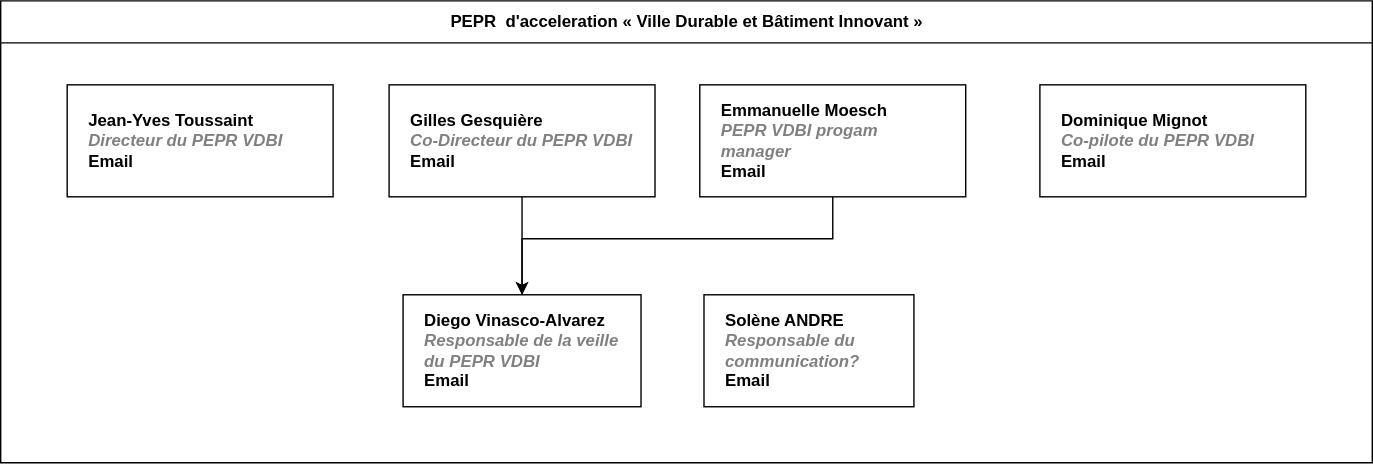
Above: docs/organigramme.svg in VCityTeam/PEPR-VDBI (draw.io), before the change. Source tidied: cells renumbered, new cells last; positions are measured from the earlier drawing's top-left corner, leaving out a move shared by most shapes. Source of this version:
```xml
<mxGraphModel>
  <root>
    <mxCell id="0" />
    <mxCell id="1" parent="0" />
    <mxCell id="2" value="PEPR&amp;nbsp; d'acceleration&amp;nbsp;« Ville Durable et Bâtiment Innovant »" style="swimlane;html=1;startSize=30;horizontal=1;containerType=tree;glass=0;" parent="1" vertex="1">
      <mxGeometry width="980" height="330" as="geometry" />
    </mxCell>
    <object id="3" label="%name%&lt;br&gt;&lt;i style=&quot;color: gray&quot;&gt;%position%&lt;/i&gt;&lt;br&gt;&lt;a href=&quot;mailto:%email%&quot;&gt;Email&lt;/a&gt;" email="diego.vinasco@proton.me" location="Lyon" name="Diego Vinasco-Alvarez" placeholders="1" position="Responsable de la veille du PEPR VDBI">
      <mxCell style="label;whiteSpace=wrap;html=1;rounded=0;glass=0;spacingLeft=0;spacing=15;" parent="2" vertex="1">
        <mxGeometry x="287.5" y="210" width="170" height="80" as="geometry" />
      </mxCell>
    </object>
    <object id="4" label="%name%&lt;br&gt;&lt;i style=&quot;color: gray&quot;&gt;%position%&lt;/i&gt;&lt;br&gt;&lt;a href=&quot;mailto:%email%&quot;&gt;Email&lt;/a&gt;" email="andresolene1@gmail.com" location="Lyon" name="Solène ANDRE" placeholders="1" position="Responsable du communication?">
      <mxCell style="label;whiteSpace=wrap;html=1;rounded=0;glass=0;spacingLeft=0;spacingBottom=0;spacingRight=0;spacing=15;" parent="2" vertex="1">
        <mxGeometry x="502.5" y="210" width="150" height="80" as="geometry" />
      </mxCell>
    </object>
    <mxCell id="5" style="edgeStyle=orthogonalEdgeStyle;rounded=0;jettySize=auto;html=1;entryX=0.5;entryY=0;entryDx=0;entryDy=0;" parent="2" edge="1" source="6" target="3">
      <mxGeometry relative="1" as="geometry" />
    </mxCell>
    <object id="6" label="%name%&lt;br style=&quot;border-color: var(--border-color);&quot;&gt;&lt;i style=&quot;border-color: var(--border-color); color: gray;&quot;&gt;%position%&lt;/i&gt;&lt;br style=&quot;border-color: var(--border-color);&quot;&gt;&lt;a style=&quot;border-color: var(--border-color);&quot; href=&quot;mailto:%email%&quot;&gt;Email&lt;/a&gt;" email="Gilles.Gesquiere@univ-lyon2.fr" location="Lyon" name="Gilles Gesquière" placeholders="1" position="Co-Directeur du PEPR VDBI">
      <mxCell style="label;whiteSpace=wrap;html=1;rounded=0;glass=0;spacingLeft=0;spacing=15;" parent="2" vertex="1">
        <mxGeometry x="277.5" y="60" width="190" height="80" as="geometry" />
      </mxCell>
    </object>
    <object id="7" label="%name%&lt;br style=&quot;border-color: var(--border-color);&quot;&gt;&lt;i style=&quot;border-color: var(--border-color); color: gray;&quot;&gt;%position%&lt;/i&gt;&lt;br style=&quot;border-color: var(--border-color);&quot;&gt;&lt;a style=&quot;border-color: var(--border-color);&quot; href=&quot;mailto:%email%&quot;&gt;Email&lt;/a&gt;" email="jean-yves.toussaint@insa-lyon.fr" location="Lyon" name="Jean-Yves Toussaint" placeholders="1" position="Directeur du PEPR VDBI">
      <mxCell style="label;whiteSpace=wrap;html=1;rounded=0;glass=0;spacingLeft=0;spacing=15;" parent="2" vertex="1">
        <mxGeometry x="47.5" y="60" width="190" height="80" as="geometry" />
      </mxCell>
    </object>
    <mxCell id="8" style="edgeStyle=orthogonalEdgeStyle;rounded=0;jettySize=auto;html=1;entryX=0.5;entryY=0;entryDx=0;entryDy=0;" parent="2" edge="1" source="9" target="3">
      <mxGeometry relative="1" as="geometry">
        <Array as="points">
          <mxPoint x="595" y="170" />
          <mxPoint x="373" y="170" />
        </Array>
      </mxGeometry>
    </mxCell>
    <object id="9" label="%name%&lt;br style=&quot;border-color: var(--border-color);&quot;&gt;&lt;i style=&quot;border-color: var(--border-color); color: gray;&quot;&gt;%position%&lt;/i&gt;&lt;br style=&quot;border-color: var(--border-color);&quot;&gt;&lt;a style=&quot;border-color: var(--border-color);&quot; href=&quot;mailto:%email%&quot;&gt;Email&lt;/a&gt;" email="Emmanuelle.Moesch@univ-eiffel.fr" location="Paris" name="Emmanuelle Moesch" placeholders="1" position="PEPR VDBI progam manager">
      <mxCell style="label;whiteSpace=wrap;html=1;rounded=0;glass=0;spacingLeft=0;spacing=15;" parent="2" vertex="1">
        <mxGeometry x="499.5" y="60" width="190" height="80" as="geometry" />
      </mxCell>
    </object>
    <object id="10" label="%name%&lt;br style=&quot;border-color: var(--border-color);&quot;&gt;&lt;i style=&quot;border-color: var(--border-color); color: gray;&quot;&gt;%position%&lt;/i&gt;&lt;br style=&quot;border-color: var(--border-color);&quot;&gt;&lt;a style=&quot;border-color: var(--border-color);&quot; href=&quot;mailto:%email%&quot;&gt;Email&lt;/a&gt;" email="dominique.mignot@univ-eiffel.fr" location="Paris" name="Dominique Mignot" placeholders="1" position="Co-pilote du PEPR VDBI">
      <mxCell style="label;whiteSpace=wrap;html=1;rounded=0;glass=0;spacingLeft=0;spacing=15;" parent="2" vertex="1">
        <mxGeometry x="742.5" y="60" width="190" height="80" as="geometry" />
      </mxCell>
    </object>
  </root>
</mxGraphModel>
```
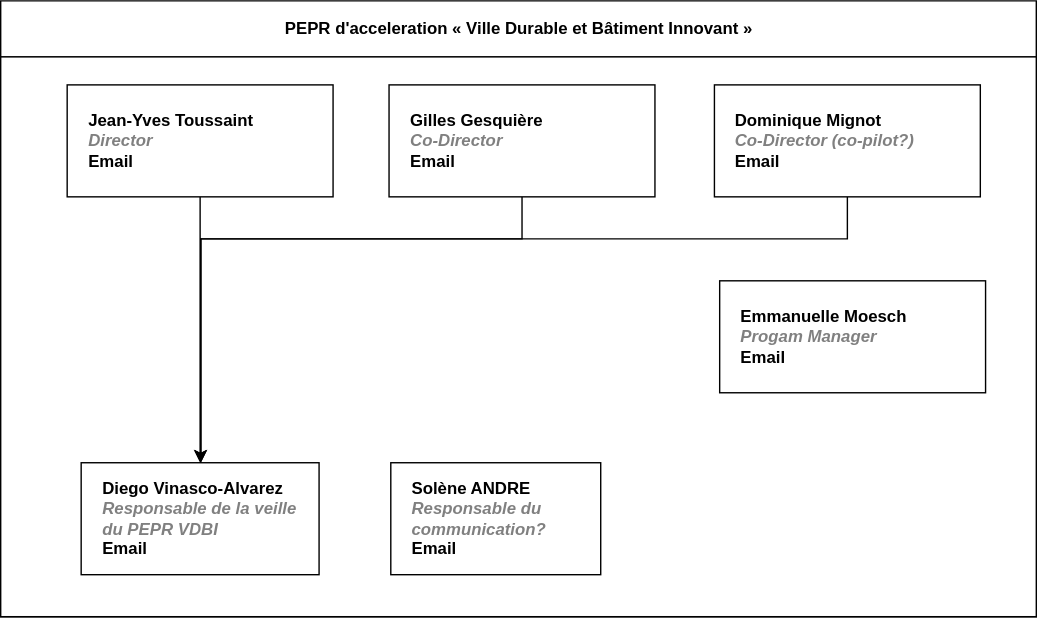
After the change.

The edit, as a diff of the source:
```diff
@@ -2,48 +2,65 @@
   <root>
     <mxCell id="0" />
     <mxCell id="1" parent="0" />
-    <mxCell id="2" value="PEPR&amp;nbsp; d'acceleration&amp;nbsp;« Ville Durable et Bâtiment Innovant »" style="swimlane;html=1;startSize=30;horizontal=1;containerType=tree;glass=0;" parent="1" vertex="1">
-      <mxGeometry width="980" height="330" as="geometry" />
+    <mxCell id="2" value="PEPR d'acceleration&amp;nbsp;« Ville Durable et Bâtiment Innovant »" style="swimlane;html=1;startSize=40;horizontal=1;containerType=tree;glass=0;" parent="1" vertex="1">
+      <mxGeometry width="740" height="440" as="geometry" />
     </mxCell>
+    <mxCell id="11" style="rounded=0;whiteSpace=wrap;html=1;" parent="2" vertex="1">
+      <mxGeometry y="40" width="740" height="400" as="geometry" />
+    </mxCell>
     <object id="3" label="%name%&lt;br&gt;&lt;i style=&quot;color: gray&quot;&gt;%position%&lt;/i&gt;&lt;br&gt;&lt;a href=&quot;mailto:%email%&quot;&gt;Email&lt;/a&gt;" email="diego.vinasco@proton.me" location="Lyon" name="Diego Vinasco-Alvarez" placeholders="1" position="Responsable de la veille du PEPR VDBI">
       <mxCell style="label;whiteSpace=wrap;html=1;rounded=0;glass=0;spacingLeft=0;spacing=15;" parent="2" vertex="1">
-        <mxGeometry x="287.5" y="210" width="170" height="80" as="geometry" />
+        <mxGeometry x="57.5" y="330" width="170" height="80" as="geometry" />
       </mxCell>
     </object>
     <object id="4" label="%name%&lt;br&gt;&lt;i style=&quot;color: gray&quot;&gt;%position%&lt;/i&gt;&lt;br&gt;&lt;a href=&quot;mailto:%email%&quot;&gt;Email&lt;/a&gt;" email="andresolene1@gmail.com" location="Lyon" name="Solène ANDRE" placeholders="1" position="Responsable du communication?">
       <mxCell style="label;whiteSpace=wrap;html=1;rounded=0;glass=0;spacingLeft=0;spacingBottom=0;spacingRight=0;spacing=15;" parent="2" vertex="1">
-        <mxGeometry x="502.5" y="210" width="150" height="80" as="geometry" />
+        <mxGeometry x="278.8" y="330" width="150" height="80" as="geometry" />
       </mxCell>
     </object>
     <mxCell id="5" style="edgeStyle=orthogonalEdgeStyle;rounded=0;jettySize=auto;html=1;entryX=0.5;entryY=0;entryDx=0;entryDy=0;" parent="2" edge="1" source="6" target="3">
-      <mxGeometry relative="1" as="geometry" />
+      <mxGeometry relative="1" as="geometry">
+        <Array as="points">
+          <mxPoint x="373" y="170" />
+          <mxPoint x="143" y="170" />
+          <mxPoint x="143" y="330" />
+        </Array>
+      </mxGeometry>
     </mxCell>
-    <object id="6" label="%name%&lt;br style=&quot;border-color: var(--border-color);&quot;&gt;&lt;i style=&quot;border-color: var(--border-color); color: gray;&quot;&gt;%position%&lt;/i&gt;&lt;br style=&quot;border-color: var(--border-color);&quot;&gt;&lt;a style=&quot;border-color: var(--border-color);&quot; href=&quot;mailto:%email%&quot;&gt;Email&lt;/a&gt;" email="Gilles.Gesquiere@univ-lyon2.fr" location="Lyon" name="Gilles Gesquière" placeholders="1" position="Co-Directeur du PEPR VDBI">
+    <object id="6" label="%name%&lt;br style=&quot;border-color: var(--border-color);&quot;&gt;&lt;i style=&quot;border-color: var(--border-color); color: gray;&quot;&gt;%position%&lt;/i&gt;&lt;br style=&quot;border-color: var(--border-color);&quot;&gt;&lt;a style=&quot;border-color: var(--border-color);&quot; href=&quot;mailto:%email%&quot;&gt;Email&lt;/a&gt;" email="Gilles.Gesquiere@univ-lyon2.fr" location="Lyon" name="Gilles Gesquière" placeholders="1" position="Co-Director">
       <mxCell style="label;whiteSpace=wrap;html=1;rounded=0;glass=0;spacingLeft=0;spacing=15;" parent="2" vertex="1">
         <mxGeometry x="277.5" y="60" width="190" height="80" as="geometry" />
       </mxCell>
     </object>
+    <mxCell id="12" style="edgeStyle=orthogonalEdgeStyle;rounded=0;jettySize=auto;html=1;" parent="2" edge="1" source="7" target="3">
+      <mxGeometry relative="1" as="geometry">
+        <Array as="points">
+          <mxPoint x="150" y="140" />
+          <mxPoint x="150" y="140" />
+        </Array>
+      </mxGeometry>
+    </mxCell>
-    <object id="7" label="%name%&lt;br style=&quot;border-color: var(--border-color);&quot;&gt;&lt;i style=&quot;border-color: var(--border-color); color: gray;&quot;&gt;%position%&lt;/i&gt;&lt;br style=&quot;border-color: var(--border-color);&quot;&gt;&lt;a style=&quot;border-color: var(--border-color);&quot; href=&quot;mailto:%email%&quot;&gt;Email&lt;/a&gt;" email="jean-yves.toussaint@insa-lyon.fr" location="Lyon" name="Jean-Yves Toussaint" placeholders="1" position="Directeur du PEPR VDBI">
+    <object id="7" label="%name%&lt;br style=&quot;border-color: var(--border-color);&quot;&gt;&lt;i style=&quot;border-color: var(--border-color); color: gray;&quot;&gt;%position%&lt;/i&gt;&lt;br style=&quot;border-color: var(--border-color);&quot;&gt;&lt;a style=&quot;border-color: var(--border-color);&quot; href=&quot;mailto:%email%&quot;&gt;Email&lt;/a&gt;" email="jean-yves.toussaint@insa-lyon.fr" location="Lyon" name="Jean-Yves Toussaint" placeholders="1" position="Director">
       <mxCell style="label;whiteSpace=wrap;html=1;rounded=0;glass=0;spacingLeft=0;spacing=15;" parent="2" vertex="1">
         <mxGeometry x="47.5" y="60" width="190" height="80" as="geometry" />
       </mxCell>
     </object>
-    <mxCell id="8" style="edgeStyle=orthogonalEdgeStyle;rounded=0;jettySize=auto;html=1;entryX=0.5;entryY=0;entryDx=0;entryDy=0;" parent="2" edge="1" source="9" target="3">
-      <mxGeometry relative="1" as="geometry">
-        <Array as="points">
-          <mxPoint x="595" y="170" />
-          <mxPoint x="373" y="170" />
-        </Array>
-      </mxGeometry>
-    </mxCell>
-    <object id="9" label="%name%&lt;br style=&quot;border-color: var(--border-color);&quot;&gt;&lt;i style=&quot;border-color: var(--border-color); color: gray;&quot;&gt;%position%&lt;/i&gt;&lt;br style=&quot;border-color: var(--border-color);&quot;&gt;&lt;a style=&quot;border-color: var(--border-color);&quot; href=&quot;mailto:%email%&quot;&gt;Email&lt;/a&gt;" email="Emmanuelle.Moesch@univ-eiffel.fr" location="Paris" name="Emmanuelle Moesch" placeholders="1" position="PEPR VDBI progam manager">
+    <object id="9" label="%name%&lt;br style=&quot;border-color: var(--border-color);&quot;&gt;&lt;i style=&quot;border-color: var(--border-color); color: gray;&quot;&gt;%position%&lt;/i&gt;&lt;br style=&quot;border-color: var(--border-color);&quot;&gt;&lt;a style=&quot;border-color: var(--border-color);&quot; href=&quot;mailto:%email%&quot;&gt;Email&lt;/a&gt;" email="Emmanuelle.Moesch@univ-eiffel.fr" location="Paris" name="Emmanuelle Moesch" placeholders="1" position="Progam Manager">
       <mxCell style="label;whiteSpace=wrap;html=1;rounded=0;glass=0;spacingLeft=0;spacing=15;" parent="2" vertex="1">
-        <mxGeometry x="499.5" y="60" width="190" height="80" as="geometry" />
+        <mxGeometry x="513.8" y="200" width="190" height="80" as="geometry" />
       </mxCell>
     </object>
+    <mxCell id="13" style="edgeStyle=orthogonalEdgeStyle;rounded=0;jettySize=auto;html=1;" parent="2" edge="1" source="10" target="3">
+      <mxGeometry relative="1" as="geometry">
+        <Array as="points">
+          <mxPoint x="605" y="170" />
+          <mxPoint x="143" y="170" />
+        </Array>
+      </mxGeometry>
+    </mxCell>
-    <object id="10" label="%name%&lt;br style=&quot;border-color: var(--border-color);&quot;&gt;&lt;i style=&quot;border-color: var(--border-color); color: gray;&quot;&gt;%position%&lt;/i&gt;&lt;br style=&quot;border-color: var(--border-color);&quot;&gt;&lt;a style=&quot;border-color: var(--border-color);&quot; href=&quot;mailto:%email%&quot;&gt;Email&lt;/a&gt;" email="dominique.mignot@univ-eiffel.fr" location="Paris" name="Dominique Mignot" placeholders="1" position="Co-pilote du PEPR VDBI">
+    <object id="10" label="%name%&lt;br style=&quot;border-color: var(--border-color);&quot;&gt;&lt;i style=&quot;border-color: var(--border-color); color: gray;&quot;&gt;%position%&lt;/i&gt;&lt;br style=&quot;border-color: var(--border-color);&quot;&gt;&lt;a style=&quot;border-color: var(--border-color);&quot; href=&quot;mailto:%email%&quot;&gt;Email&lt;/a&gt;" email="dominique.mignot@univ-eiffel.fr" location="Paris" name="Dominique Mignot" placeholders="1" position="Co-Director (co-pilot?)">
       <mxCell style="label;whiteSpace=wrap;html=1;rounded=0;glass=0;spacingLeft=0;spacing=15;" parent="2" vertex="1">
-        <mxGeometry x="742.5" y="60" width="190" height="80" as="geometry" />
+        <mxGeometry x="510" y="60" width="190" height="80" as="geometry" />
       </mxCell>
     </object>
   </root>
```
